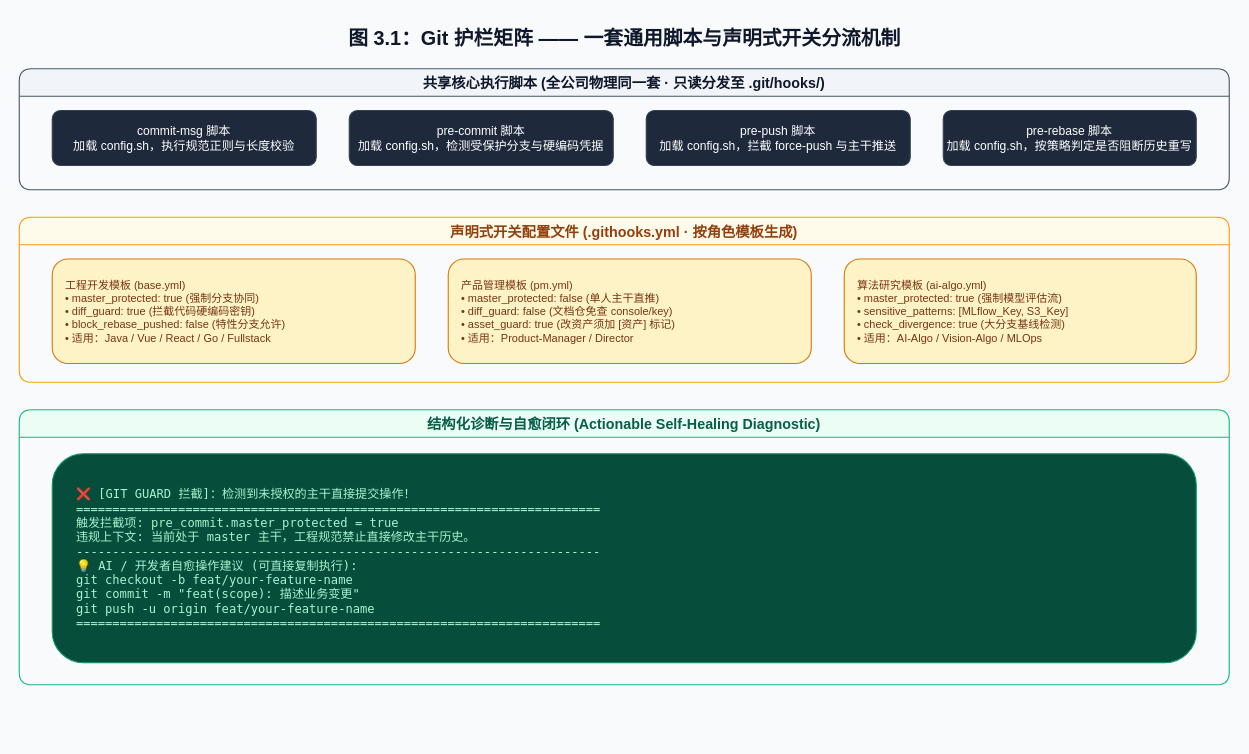
The draw.io diagram assets/Git-Guardrails-Interlocking.drawio in haitau/haitau.github.io, before the edit. Source tidied: cells renumbered, new cells numbered last; positions are measured from the earlier drawing's top-left corner, leaving out a move shared by most shapes. Both pictures are drawn from the tidied source at 110%, with x=0, y=0 at pixel (19, 19).
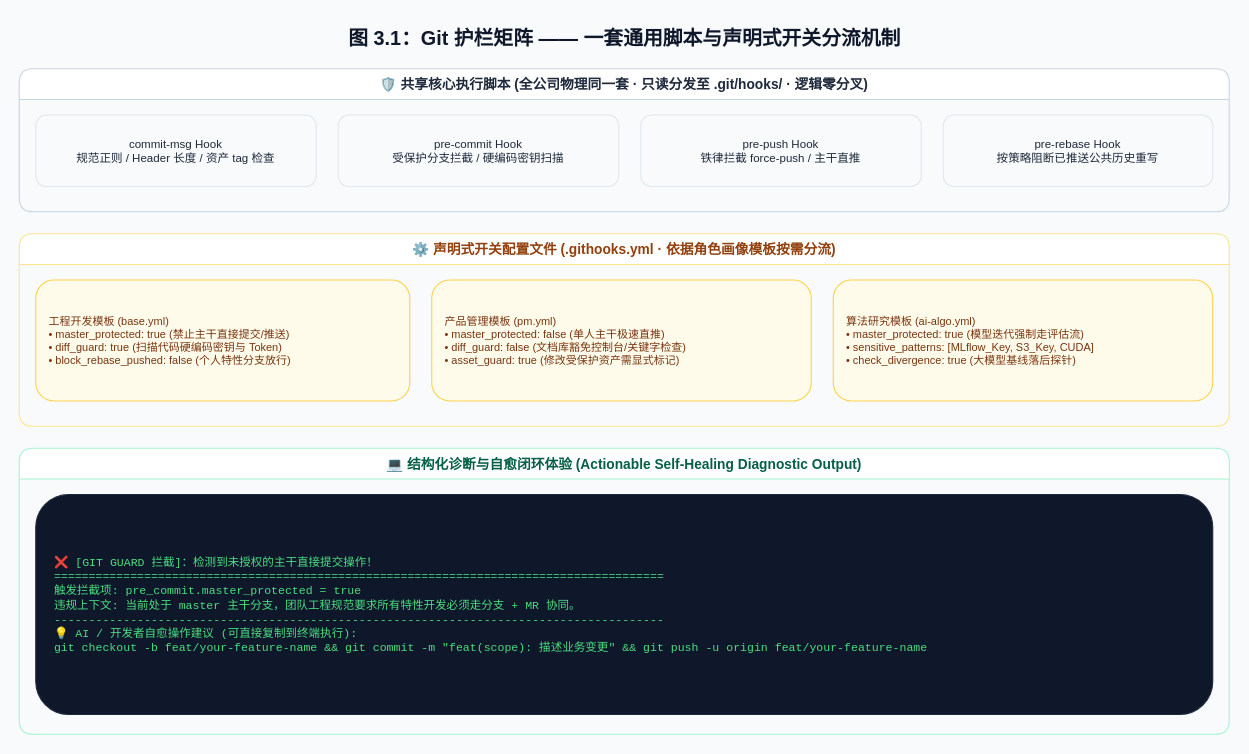
The same diagram, later.

Diff of the diagram source:
```diff
@@
 <mxGraphModel background="#F8FAFC">
   <root>
     <mxCell id="0" />
     <mxCell id="1" parent="0" />
     <mxCell id="2" value="图 3.1：Git 护栏矩阵 —— 一套通用脚本与声明式开关分流机制" style="text;html=1;strokeColor=none;fillColor=none;align=center;verticalAlign=middle;fontSize=18;fontStyle=1;fontColor=#0F172A;" parent="1" vertex="1">
       <mxGeometry width="1100" height="35" as="geometry" />
     </mxCell>
-    <mxCell id="3" value="共享核心执行脚本 (全公司物理同一套 · 只读分发至 .git/hooks/)" style="swimlane;rounded=1;fontStyle=1;strokeColor=#475569;fillColor=#F1F5F9;fontColor=#0F172A;fontSize=13;startSize=25;" parent="1" vertex="1">
-      <mxGeometry y="45" width="1100" height="110" as="geometry" />
-    </mxCell>
-    <mxCell id="4" value="commit-msg 脚本&#10;加载 config.sh，执行规范正则与长度校验" style="rounded=1;fillColor=#1E293B;strokeColor=#334155;fontColor=#FFFFFF;fontSize=11;align=center;" parent="3" vertex="1">
-      <mxGeometry x="30" y="38" width="240" height="50" as="geometry" />
-    </mxCell>
-    <mxCell id="5" value="pre-commit 脚本&#10;加载 config.sh，检测受保护分支与硬编码凭据" style="rounded=1;fillColor=#1E293B;strokeColor=#334155;fontColor=#FFFFFF;fontSize=11;align=center;" parent="3" vertex="1">
-      <mxGeometry x="300" y="38" width="240" height="50" as="geometry" />
-    </mxCell>
-    <mxCell id="6" value="pre-push 脚本&#10;加载 config.sh，拦截 force-push 与主干推送" style="rounded=1;fillColor=#1E293B;strokeColor=#334155;fontColor=#FFFFFF;fontSize=11;align=center;" parent="3" vertex="1">
-      <mxGeometry x="570" y="38" width="240" height="50" as="geometry" />
-    </mxCell>
-    <mxCell id="7" value="pre-rebase 脚本&#10;加载 config.sh，按策略判定是否阻断历史重写" style="rounded=1;fillColor=#1E293B;strokeColor=#334155;fontColor=#FFFFFF;fontSize=11;align=center;" parent="3" vertex="1">
-      <mxGeometry x="840" y="38" width="230" height="50" as="geometry" />
-    </mxCell>
-    <mxCell id="8" value="声明式开关配置文件 (.githooks.yml · 按角色模板生成)" style="swimlane;rounded=1;fontStyle=1;strokeColor=#F59E0B;fillColor=#FFFBEB;fontColor=#92400E;fontSize=13;startSize=25;" parent="1" vertex="1">
-      <mxGeometry y="180" width="1100" height="150" as="geometry" />
-    </mxCell>
-    <mxCell id="9" value="工程开发模板 (base.yml)&#10;• master_protected: true (强制分支协同)&#10;• diff_guard: true (拦截代码硬编码密钥)&#10;• block_rebase_pushed: false (特性分支允许)&#10;• 适用：Java / Vue / React / Go / Fullstack" style="rounded=1;fillColor=#FEF3C7;strokeColor=#D97706;fontColor=#78350F;fontSize=10;align=left;spacingLeft=10;" parent="8" vertex="1">
-      <mxGeometry x="30" y="38" width="330" height="95" as="geometry" />
-    </mxCell>
-    <mxCell id="10" value="产品管理模板 (pm.yml)&#10;• master_protected: false (单人主干直推)&#10;• diff_guard: false (文档仓免查 console/key)&#10;• asset_guard: true (改资产须加 [资产] 标记)&#10;• 适用：Product-Manager / Director" style="rounded=1;fillColor=#FEF3C7;strokeColor=#D97706;fontColor=#78350F;fontSize=10;align=left;spacingLeft=10;" parent="8" vertex="1">
-      <mxGeometry x="390" y="38" width="330" height="95" as="geometry" />
-    </mxCell>
-    <mxCell id="11" value="算法研究模板 (ai-algo.yml)&#10;• master_protected: true (强制模型评估流)&#10;• sensitive_patterns: [MLflow_Key, S3_Key]&#10;• check_divergence: true (大分支基线检测)&#10;• 适用：AI-Algo / Vision-Algo / MLOps" style="rounded=1;fillColor=#FEF3C7;strokeColor=#D97706;fontColor=#78350F;fontSize=10;align=left;spacingLeft=10;" parent="8" vertex="1">
-      <mxGeometry x="750" y="38" width="320" height="95" as="geometry" />
-    </mxCell>
-    <mxCell id="12" value="结构化诊断与自愈闭环 (Actionable Self-Healing Diagnostic)" style="swimlane;rounded=1;fontStyle=1;strokeColor=#10B981;fillColor=#ECFDF5;fontColor=#065F46;fontSize=13;startSize=25;" parent="1" vertex="1">
-      <mxGeometry y="355" width="1100" height="250" as="geometry" />
-    </mxCell>
-    <mxCell id="13" value="❌ [GIT GUARD 拦截]：检测到未授权的主干直接提交操作！&#10;========================================================================&#10;触发拦截项: pre_commit.master_protected = true&#10;违规上下文: 当前处于 master 主干，工程规范禁止直接修改主干历史。&#10;------------------------------------------------------------------------&#10;💡 AI / 开发者自愈操作建议 (可直接复制执行):&#10;   git checkout -b feat/your-feature-name&#10;   git commit -m &quot;feat(scope): 描述业务变更&quot;&#10;   git push -u origin feat/your-feature-name&#10;========================================================================" style="rounded=1;fillColor=#064E3B;strokeColor=#059669;fontColor=#A7F3D0;fontFamily=monospace;fontSize=11;align=left;spacingLeft=20;" parent="12" vertex="1">
-      <mxGeometry x="30" y="40" width="1040" height="190" as="geometry" />
-    </mxCell>
+    <mxCell id="14" value="🛡️ 共享核心执行脚本 (全公司物理同一套 · 只读分发至 .git/hooks/ · 逻辑零分叉)" style="swimlane;rounded=1;fontStyle=1;strokeColor=#CBD5E1;fillColor=#FFFFFF;fontColor=#1E293B;fontSize=12.5;startSize=28;" parent="1" vertex="1">
+      <mxGeometry y="45" width="1100" height="130" as="geometry" />
+    </mxCell>
+    <mxCell id="15" value="commit-msg Hook&#10;规范正则 / Header 长度 / 资产 tag 检查" style="rounded=1;fillColor=#F8FAFC;strokeColor=#E2E8F0;fontColor=#1E293B;fontSize=10.5;align=center;" parent="14" vertex="1">
+      <mxGeometry x="15" y="42" width="255" height="65" as="geometry" />
+    </mxCell>
+    <mxCell id="16" value="pre-commit Hook&#10;受保护分支拦截 / 硬编码密钥扫描" style="rounded=1;fillColor=#F8FAFC;strokeColor=#E2E8F0;fontColor=#1E293B;fontSize=10.5;align=center;" parent="14" vertex="1">
+      <mxGeometry x="290" y="42" width="255" height="65" as="geometry" />
+    </mxCell>
+    <mxCell id="17" value="pre-push Hook&#10;铁律拦截 force-push / 主干直推" style="rounded=1;fillColor=#F8FAFC;strokeColor=#E2E8F0;fontColor=#1E293B;fontSize=10.5;align=center;" parent="14" vertex="1">
+      <mxGeometry x="565" y="42" width="255" height="65" as="geometry" />
+    </mxCell>
+    <mxCell id="18" value="pre-rebase Hook&#10;按策略阻断已推送公共历史重写" style="rounded=1;fillColor=#F8FAFC;strokeColor=#E2E8F0;fontColor=#1E293B;fontSize=10.5;align=center;" parent="14" vertex="1">
+      <mxGeometry x="840" y="42" width="245" height="65" as="geometry" />
+    </mxCell>
+    <mxCell id="19" value="⚙️ 声明式开关配置文件 (.githooks.yml · 依据角色画像模板按需分流)" style="swimlane;rounded=1;fontStyle=1;strokeColor=#FDE68A;fillColor=#FFFFFF;fontColor=#92400E;fontSize=12.5;startSize=28;" parent="1" vertex="1">
+      <mxGeometry y="195" width="1100" height="175" as="geometry" />
+    </mxCell>
+    <mxCell id="20" value="工程开发模板 (base.yml)&#10;• master_protected: true (禁止主干直接提交/推送)&#10;• diff_guard: true (扫描代码硬编码密钥与 Token)&#10;• block_rebase_pushed: false (个人特性分支放行)" style="rounded=1;fillColor=#FFFBEB;strokeColor=#FCD34D;fontColor=#78350F;fontSize=10;align=left;spacingLeft=10;" parent="19" vertex="1">
+      <mxGeometry x="15" y="42" width="340" height="110" as="geometry" />
+    </mxCell>
+    <mxCell id="21" value="产品管理模板 (pm.yml)&#10;• master_protected: false (单人主干极速直推)&#10;• diff_guard: false (文档库豁免控制台/关键字检查)&#10;• asset_guard: true (修改受保护资产需显式标记)" style="rounded=1;fillColor=#FFFBEB;strokeColor=#FCD34D;fontColor=#78350F;fontSize=10;align=left;spacingLeft=10;" parent="19" vertex="1">
+      <mxGeometry x="375" y="42" width="345" height="110" as="geometry" />
+    </mxCell>
+    <mxCell id="22" value="算法研究模板 (ai-algo.yml)&#10;• master_protected: true (模型迭代强制走评估流)&#10;• sensitive_patterns: [MLflow_Key, S3_Key, CUDA]&#10;• check_divergence: true (大模型基线落后探针)" style="rounded=1;fillColor=#FFFBEB;strokeColor=#FCD34D;fontColor=#78350F;fontSize=10;align=left;spacingLeft=10;" parent="19" vertex="1">
+      <mxGeometry x="740" y="42" width="345" height="110" as="geometry" />
+    </mxCell>
+    <mxCell id="23" value="💻 结构化诊断与自愈闭环体验 (Actionable Self-Healing Diagnostic Output)" style="swimlane;rounded=1;fontStyle=1;strokeColor=#A7F3D0;fillColor=#FFFFFF;fontColor=#065F46;fontSize=12.5;startSize=28;" parent="1" vertex="1">
+      <mxGeometry y="390" width="1100" height="260" as="geometry" />
+    </mxCell>
+    <mxCell id="24" value="❌ [GIT GUARD 拦截]：检测到未授权的主干直接提交操作！&#10;========================================================================================&#10;触发拦截项: pre_commit.master_protected = true&#10;违规上下文: 当前处于 master 主干分支，团队工程规范要求所有特性开发必须走分支 + MR 协同。&#10;----------------------------------------------------------------------------------------&#10;💡 AI / 开发者自愈操作建议 (可直接复制到终端执行):&#10;git checkout -b feat/your-feature-name &amp;&amp; git commit -m &quot;feat(scope): 描述业务变更&quot; &amp;&amp; git push -u origin feat/your-feature-name" style="rounded=1;fillColor=#0F172A;strokeColor=#1E293B;fontColor=#4ADE80;fontSize=10.5;fontFamily=Courier New;align=left;spacingLeft=15;" parent="23" vertex="1">
+      <mxGeometry x="15" y="42" width="1070" height="200" as="geometry" />
+    </mxCell>
   </root>
 </mxGraphModel>
```
